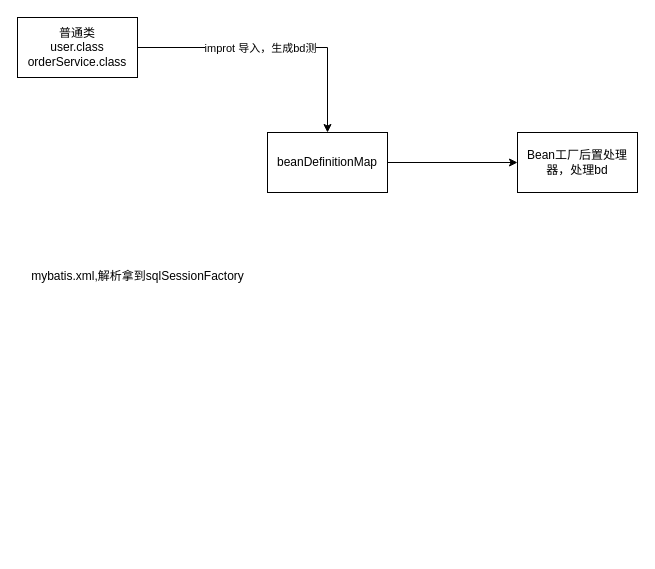
The draw.io diagram drawio/temp.dio in Guoaking/vscode_sync, before the edit. Source tidied: cells renumbered, new cells numbered last; positions are measured from the earlier drawing's top-left corner, leaving out a move shared by most shapes. Both pictures are drawn from the tidied source at 100%, with x=0, y=0 at pixel (17, 17).
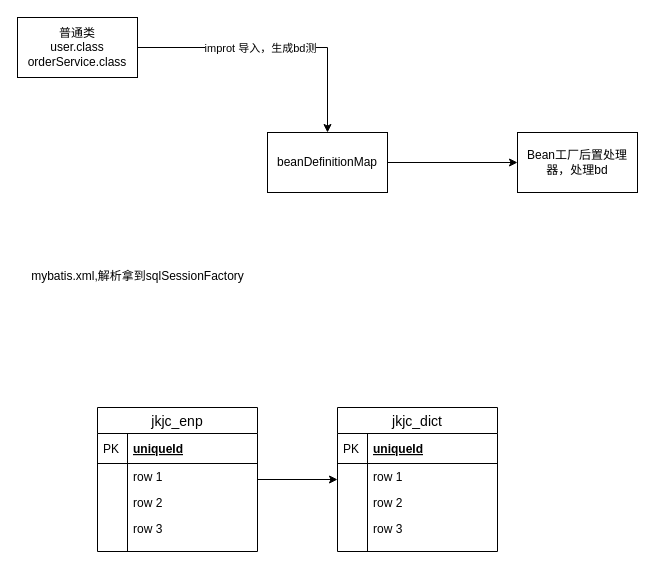
The same diagram, later.

The edit, as a diff of the source:
```diff
@@
+    <mxCell id="9" style="edgeStyle=orthogonalEdgeStyle;rounded=0;jettySize=auto;html=1;" parent="1" edge="1" source="10" target="21">
+      <mxGeometry relative="1" as="geometry" />
+    </mxCell>
+    <mxCell id="10" value="jkjc_enp" style="swimlane;fontStyle=0;horizontal=1;startSize=26;align=center;fontSize=14;" parent="1" vertex="1">
+      <mxGeometry x="80" y="390" width="160" height="144" as="geometry" />
+    </mxCell>
+    <mxCell id="11" value="uniqueId" style="shape=partialRectangle;top=0;left=0;right=0;bottom=1;align=left;verticalAlign=middle;fillColor=none;spacingLeft=34;spacingRight=4;overflow=hidden;fontStyle=5;fontSize=12;" parent="10" vertex="1">
+      <mxGeometry y="26" width="160" height="30" as="geometry" />
+    </mxCell>
+    <mxCell id="12" value="PK" style="shape=partialRectangle;top=0;left=0;bottom=0;fillColor=none;align=left;verticalAlign=middle;spacingLeft=4;spacingRight=4;overflow=hidden;fontSize=12;" parent="11" vertex="1">
+      <mxGeometry width="30" height="30" as="geometry" />
+    </mxCell>
+    <mxCell id="13" value="row 1" style="shape=partialRectangle;top=0;left=0;right=0;bottom=0;align=left;verticalAlign=top;fillColor=none;spacingLeft=34;spacingRight=4;overflow=hidden;fontSize=12;" parent="10" vertex="1">
+      <mxGeometry y="56" width="160" height="26" as="geometry" />
+    </mxCell>
+    <mxCell id="14" style="shape=partialRectangle;top=0;left=0;bottom=0;fillColor=none;align=left;verticalAlign=top;spacingLeft=4;spacingRight=4;overflow=hidden;fontSize=12;" parent="13" vertex="1">
+      <mxGeometry width="30" height="26" as="geometry" />
+    </mxCell>
+    <mxCell id="15" value="row 2" style="shape=partialRectangle;top=0;left=0;right=0;bottom=0;align=left;verticalAlign=top;fillColor=none;spacingLeft=34;spacingRight=4;overflow=hidden;fontSize=12;" parent="10" vertex="1">
+      <mxGeometry y="82" width="160" height="26" as="geometry" />
+    </mxCell>
+    <mxCell id="16" style="shape=partialRectangle;top=0;left=0;bottom=0;fillColor=none;align=left;verticalAlign=top;spacingLeft=4;spacingRight=4;overflow=hidden;fontSize=12;" parent="15" vertex="1">
+      <mxGeometry width="30" height="26" as="geometry" />
+    </mxCell>
+    <mxCell id="17" value="row 3" style="shape=partialRectangle;top=0;left=0;right=0;bottom=0;align=left;verticalAlign=top;fillColor=none;spacingLeft=34;spacingRight=4;overflow=hidden;fontSize=12;" parent="10" vertex="1">
+      <mxGeometry y="108" width="160" height="26" as="geometry" />
+    </mxCell>
+    <mxCell id="18" style="shape=partialRectangle;top=0;left=0;bottom=0;fillColor=none;align=left;verticalAlign=top;spacingLeft=4;spacingRight=4;overflow=hidden;fontSize=12;" parent="17" vertex="1">
+      <mxGeometry width="30" height="26" as="geometry" />
+    </mxCell>
+    <mxCell id="19" style="shape=partialRectangle;top=0;left=0;right=0;bottom=0;align=left;verticalAlign=top;fillColor=none;spacingLeft=34;spacingRight=4;overflow=hidden;fontSize=12;" parent="10" vertex="1">
+      <mxGeometry y="134" width="160" height="10" as="geometry" />
+    </mxCell>
+    <mxCell id="20" style="shape=partialRectangle;top=0;left=0;bottom=0;fillColor=none;align=left;verticalAlign=top;spacingLeft=4;spacingRight=4;overflow=hidden;fontSize=12;" parent="19" vertex="1">
+      <mxGeometry width="30" height="10" as="geometry" />
+    </mxCell>
+    <mxCell id="21" value="jkjc_dict" style="swimlane;fontStyle=0;horizontal=1;startSize=26;align=center;fontSize=14;" parent="1" vertex="1">
+      <mxGeometry x="320" y="390" width="160" height="144" as="geometry" />
+    </mxCell>
+    <mxCell id="22" value="uniqueId" style="shape=partialRectangle;top=0;left=0;right=0;bottom=1;align=left;verticalAlign=middle;fillColor=none;spacingLeft=34;spacingRight=4;overflow=hidden;fontStyle=5;fontSize=12;" parent="21" vertex="1">
+      <mxGeometry y="26" width="160" height="30" as="geometry" />
+    </mxCell>
+    <mxCell id="23" value="PK" style="shape=partialRectangle;top=0;left=0;bottom=0;fillColor=none;align=left;verticalAlign=middle;spacingLeft=4;spacingRight=4;overflow=hidden;fontSize=12;" parent="22" vertex="1">
+      <mxGeometry width="30" height="30" as="geometry" />
+    </mxCell>
+    <mxCell id="24" value="row 1" style="shape=partialRectangle;top=0;left=0;right=0;bottom=0;align=left;verticalAlign=top;fillColor=none;spacingLeft=34;spacingRight=4;overflow=hidden;fontSize=12;" parent="21" vertex="1">
+      <mxGeometry y="56" width="160" height="26" as="geometry" />
+    </mxCell>
+    <mxCell id="25" style="shape=partialRectangle;top=0;left=0;bottom=0;fillColor=none;align=left;verticalAlign=top;spacingLeft=4;spacingRight=4;overflow=hidden;fontSize=12;" parent="24" vertex="1">
+      <mxGeometry width="30" height="26" as="geometry" />
+    </mxCell>
+    <mxCell id="26" value="row 2" style="shape=partialRectangle;top=0;left=0;right=0;bottom=0;align=left;verticalAlign=top;fillColor=none;spacingLeft=34;spacingRight=4;overflow=hidden;fontSize=12;" parent="21" vertex="1">
+      <mxGeometry y="82" width="160" height="26" as="geometry" />
+    </mxCell>
+    <mxCell id="27" style="shape=partialRectangle;top=0;left=0;bottom=0;fillColor=none;align=left;verticalAlign=top;spacingLeft=4;spacingRight=4;overflow=hidden;fontSize=12;" parent="26" vertex="1">
+      <mxGeometry width="30" height="26" as="geometry" />
+    </mxCell>
+    <mxCell id="28" value="row 3" style="shape=partialRectangle;top=0;left=0;right=0;bottom=0;align=left;verticalAlign=top;fillColor=none;spacingLeft=34;spacingRight=4;overflow=hidden;fontSize=12;" parent="21" vertex="1">
+      <mxGeometry y="108" width="160" height="26" as="geometry" />
+    </mxCell>
+    <mxCell id="29" style="shape=partialRectangle;top=0;left=0;bottom=0;fillColor=none;align=left;verticalAlign=top;spacingLeft=4;spacingRight=4;overflow=hidden;fontSize=12;" parent="28" vertex="1">
+      <mxGeometry width="30" height="26" as="geometry" />
+    </mxCell>
+    <mxCell id="30" style="shape=partialRectangle;top=0;left=0;right=0;bottom=0;align=left;verticalAlign=top;fillColor=none;spacingLeft=34;spacingRight=4;overflow=hidden;fontSize=12;" parent="21" vertex="1">
+      <mxGeometry y="134" width="160" height="10" as="geometry" />
+    </mxCell>
+    <mxCell id="31" style="shape=partialRectangle;top=0;left=0;bottom=0;fillColor=none;align=left;verticalAlign=top;spacingLeft=4;spacingRight=4;overflow=hidden;fontSize=12;" parent="30" vertex="1">
+      <mxGeometry width="30" height="10" as="geometry" />
+    </mxCell>
```
